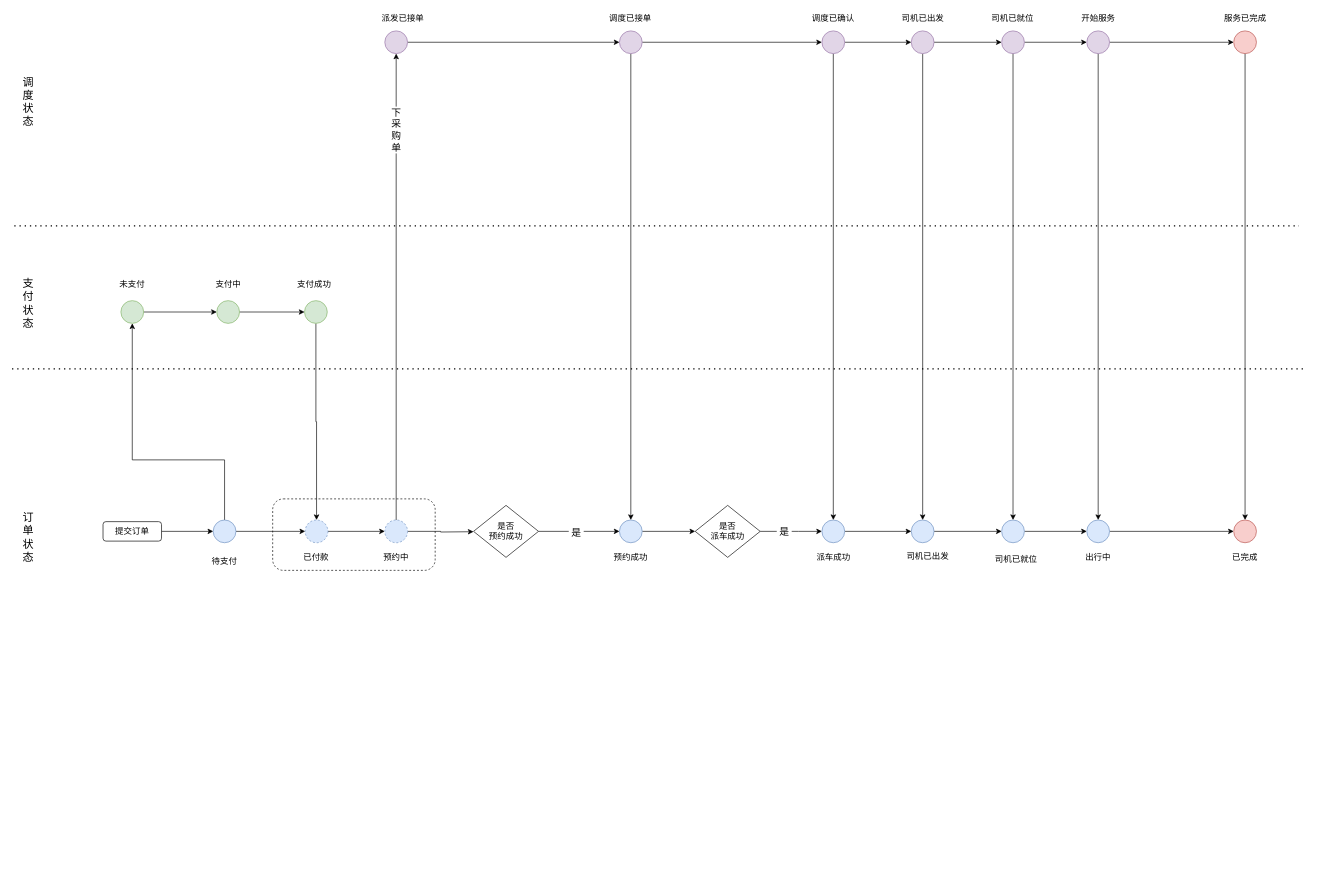
Earlier version of the draw.io diagram 状态机.drawio (nbnbnb/Draw). Source tidied: cells renumbered, new cells numbered last; positions are measured from the earlier drawing's top-left corner, leaving out a move shared by most shapes. Both pictures are drawn from the tidied source at 65%, with x=0, y=0 at pixel (12, 11).
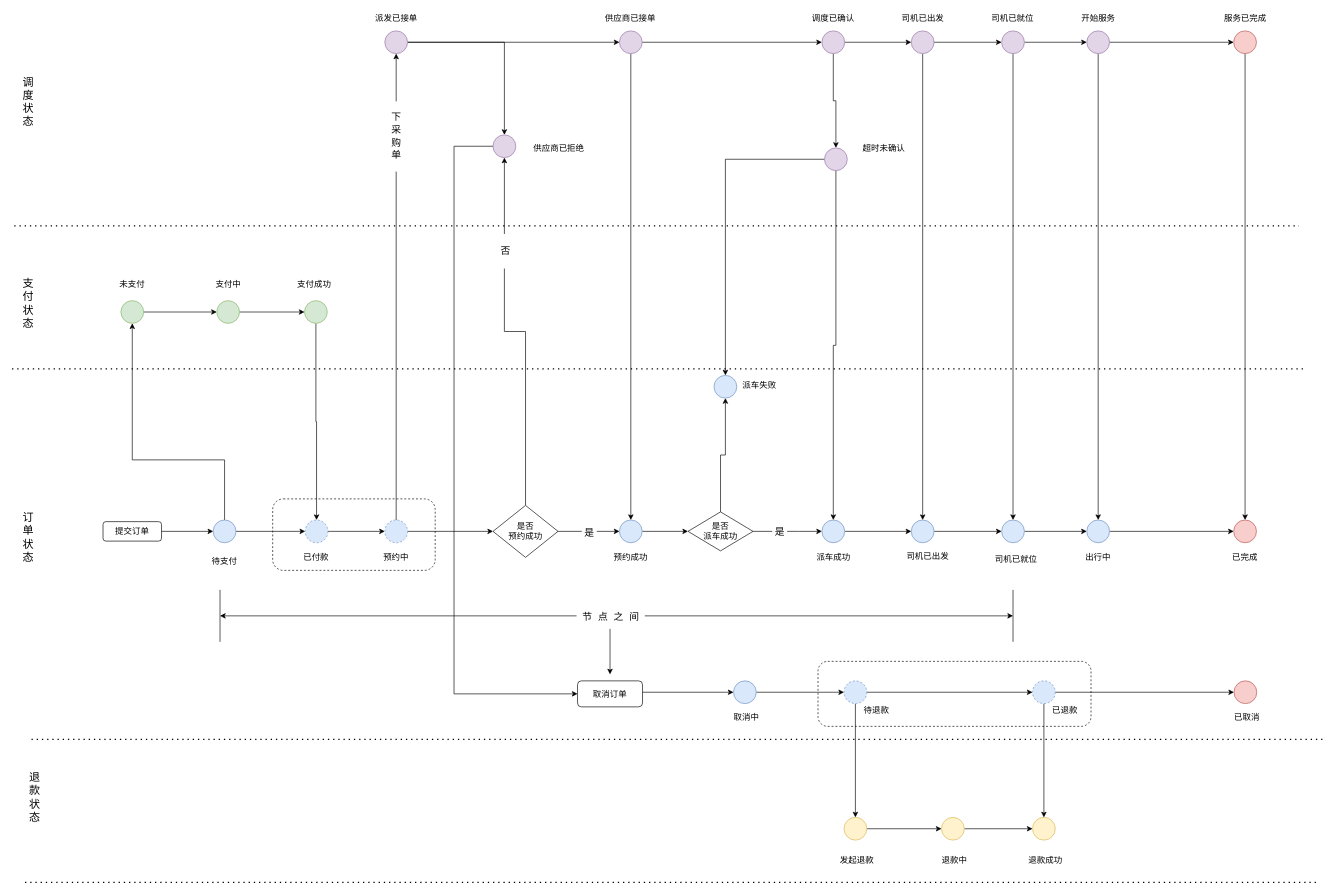
The same diagram, later.

Commit message (it also covers changes not shown here):
更新状态机.drawio

The change refers to these unchanged cells:
```xml
<mxCell id="16" style="edgeStyle=orthogonalEdgeStyle;rounded=0;jettySize=auto;html=1;entryX=0.5;entryY=1;entryDx=0;entryDy=0;fontSize=15;" parent="1" edge="1" source="18" target="55">
  <mxGeometry relative="1" as="geometry" />
</mxCell>
<mxCell id="18" style="ellipse;whiteSpace=wrap;html=1;fontSize=13;dashed=1;fillColor=#dae8fc;strokeColor=#6c8ebf;" parent="1" vertex="1">
  <mxGeometry x="573.5" y="782.5" width="35" height="35" as="geometry" />
</mxCell>
<mxCell id="32" style="ellipse;whiteSpace=wrap;html=1;fontSize=13;fillColor=#dae8fc;strokeColor=#6c8ebf;" parent="1" vertex="1">
  <mxGeometry x="1246" y="782.5" width="35" height="35" as="geometry" />
</mxCell>
<mxCell id="55" style="ellipse;whiteSpace=wrap;html=1;fontSize=13;fillColor=#e1d5e7;strokeColor=#9673a6;" parent="1" vertex="1">
  <mxGeometry x="573.5" y="30" width="35" height="35" as="geometry" />
</mxCell>
<mxCell id="61" style="ellipse;whiteSpace=wrap;html=1;fontSize=13;fillColor=#e1d5e7;strokeColor=#9673a6;" parent="1" vertex="1">
  <mxGeometry x="1246" y="30" width="35" height="35" as="geometry" />
</mxCell>
```

Change to the diagram source:
```diff
@@
+    <mxCell id="80" style="rounded=1;whiteSpace=wrap;html=1;dashed=1;fontSize=13;" parent="1" vertex="1">
+      <mxGeometry x="1240" y="1000" width="420" height="100" as="geometry" />
+    </mxCell>
@@
-    <mxCell id="15" style="edgeStyle=orthogonalEdgeStyle;rounded=0;jettySize=auto;html=1;fontSize=13;" parent="1" edge="1" source="18">
-      <mxGeometry relative="1" as="geometry">
-        <mxPoint x="710" y="800.5" as="targetPoint" />
-      </mxGeometry>
+    <mxCell id="15" style="edgeStyle=orthogonalEdgeStyle;rounded=0;jettySize=auto;html=1;fontSize=13;entryX=0;entryY=0.5;entryDx=0;entryDy=0;" parent="1" edge="1" source="18" target="21">
+      <mxGeometry relative="1" as="geometry" />
     </mxCell>
@@
-    <mxCell id="17" value="下&lt;br&gt;采&lt;br&gt;购&lt;br&gt;单" style="edgeLabel;html=1;align=center;verticalAlign=middle;fontSize=15;fontFamily=Lucida Console;" parent="16" vertex="1">
+    <mxCell id="17" value="&lt;p style=&quot;line-height: 130%;&quot;&gt;下&lt;br&gt;采&lt;br&gt;购&lt;br&gt;单&lt;/p&gt;" style="edgeLabel;html=1;align=center;verticalAlign=middle;fontSize=15;fontFamily=Lucida Console;" parent="16" vertex="1">
       <mxGeometry x="0.65" y="-4" relative="1" as="geometry">
-        <mxPoint x="-5" y="-9" as="offset" />
+        <mxPoint x="-5" y="1" as="offset" />
       </mxGeometry>
     </mxCell>
@@
+    <mxCell id="81" style="edgeStyle=orthogonalEdgeStyle;rounded=0;jettySize=auto;html=1;entryX=0.5;entryY=1;entryDx=0;entryDy=0;fontFamily=Lucida Console;fontSize=15;" parent="1" edge="1" source="21" target="88">
+      <mxGeometry relative="1" as="geometry" />
+    </mxCell>
+    <mxCell id="82" value="&lt;p style=&quot;line-height: 150%;&quot;&gt;否&lt;/p&gt;" style="edgeLabel;html=1;align=center;verticalAlign=middle;fontSize=15;fontFamily=Lucida Console;" parent="81" vertex="1">
+      <mxGeometry x="0.2" y="-1" relative="1" as="geometry">
+        <mxPoint y="-83" as="offset" />
+      </mxGeometry>
+    </mxCell>
     <mxCell id="21" value="是否&lt;br&gt;预约成功" style="rhombus;whiteSpace=wrap;html=1;fontSize=13;" parent="1" vertex="1">
-      <mxGeometry x="710" y="760" width="100" height="80" as="geometry" />
+      <mxGeometry x="740" y="760" width="100" height="80" as="geometry" />
     </mxCell>
@@
+    <mxCell id="83" style="edgeStyle=orthogonalEdgeStyle;rounded=0;jettySize=auto;html=1;fontFamily=Lucida Console;fontSize=15;entryX=0.5;entryY=1;entryDx=0;entryDy=0;" parent="1" edge="1" source="30" target="120">
+      <mxGeometry relative="1" as="geometry" />
+    </mxCell>
     <mxCell id="30" value="是否&lt;br&gt;派车成功" style="rhombus;whiteSpace=wrap;html=1;fontSize=13;" parent="1" vertex="1">
-      <mxGeometry x="1051" y="760" width="100" height="80" as="geometry" />
+      <mxGeometry x="1040" y="770" width="100" height="60" as="geometry" />
     </mxCell>
@@
+    <mxCell id="84" style="edgeStyle=orthogonalEdgeStyle;rounded=0;jettySize=auto;html=1;fontFamily=Lucida Console;fontSize=15;" parent="1" edge="1" source="55" target="88">
+      <mxGeometry relative="1" as="geometry" />
+    </mxCell>
@@
-    <mxCell id="59" style="edgeStyle=orthogonalEdgeStyle;rounded=0;jettySize=auto;html=1;entryX=0.5;entryY=0;entryDx=0;entryDy=0;fontSize=17;" parent="1" edge="1" source="61" target="32">
+    <mxCell id="59" style="edgeStyle=orthogonalEdgeStyle;rounded=0;jettySize=auto;html=1;entryX=0.5;entryY=0;entryDx=0;entryDy=0;fontSize=17;exitX=0.5;exitY=1;exitDx=0;exitDy=0;" parent="1" edge="1" source="123" target="32">
       <mxGeometry relative="1" as="geometry" />
     </mxCell>
@@
+    <mxCell id="85" style="edgeStyle=orthogonalEdgeStyle;rounded=0;jettySize=auto;html=1;entryX=0.5;entryY=0;entryDx=0;entryDy=0;fontFamily=Lucida Console;fontSize=15;" parent="1" edge="1" source="61" target="123">
+      <mxGeometry relative="1" as="geometry" />
+    </mxCell>
@@
     <mxCell id="78" value="派发已接单" style="text;html=1;strokeColor=none;fillColor=none;align=center;verticalAlign=middle;whiteSpace=wrap;rounded=0;fontSize=13;fontFamily=Lucida Console;" parent="1" vertex="1">
-      <mxGeometry x="560" width="82.5" height="20" as="geometry" />
+      <mxGeometry x="550" width="82.5" height="20" as="geometry" />
     </mxCell>
-    <mxCell id="79" value="调度已接单" style="text;html=1;strokeColor=none;fillColor=none;align=center;verticalAlign=middle;whiteSpace=wrap;rounded=0;fontSize=13;fontFamily=Lucida Console;" parent="1" vertex="1">
+    <mxCell id="79" value="供应商已接单" style="text;html=1;strokeColor=none;fillColor=none;align=center;verticalAlign=middle;whiteSpace=wrap;rounded=0;fontSize=13;fontFamily=Lucida Console;" parent="1" vertex="1">
       <mxGeometry x="910" width="82.5" height="20" as="geometry" />
     </mxCell>
+    <mxCell id="86" value="供应商已拒绝" style="text;html=1;strokeColor=none;fillColor=none;align=center;verticalAlign=middle;whiteSpace=wrap;rounded=0;fontSize=13;fontFamily=Lucida Console;" parent="1" vertex="1">
+      <mxGeometry x="800" y="200" width="82.5" height="20" as="geometry" />
+    </mxCell>
+    <mxCell id="87" style="edgeStyle=orthogonalEdgeStyle;rounded=0;jettySize=auto;html=1;fontFamily=Lucida Console;fontSize=15;entryX=0;entryY=0.5;entryDx=0;entryDy=0;" parent="1" edge="1" source="88" target="94">
+      <mxGeometry relative="1" as="geometry">
+        <Array as="points">
+          <mxPoint x="680" y="208" />
+          <mxPoint x="680" y="1050" />
+        </Array>
+      </mxGeometry>
+    </mxCell>
+    <mxCell id="88" style="ellipse;whiteSpace=wrap;html=1;fontSize=13;fillColor=#e1d5e7;strokeColor=#9673a6;" parent="1" vertex="1">
+      <mxGeometry x="740" y="190" width="35" height="35" as="geometry" />
+    </mxCell>
+    <mxCell id="89" style="endArrow=none;html=1;rounded=0;fontFamily=Lucida Console;fontSize=15;" parent="1" edge="1">
+      <mxGeometry relative="1" as="geometry">
+        <mxPoint x="320" y="970" as="sourcePoint" />
+        <mxPoint x="320" y="890" as="targetPoint" />
+      </mxGeometry>
+    </mxCell>
+    <mxCell id="90" style="endArrow=none;html=1;rounded=0;fontFamily=Lucida Console;fontSize=15;" parent="1" edge="1">
+      <mxGeometry relative="1" as="geometry">
+        <mxPoint x="1540" y="970" as="sourcePoint" />
+        <mxPoint x="1540" y="890" as="targetPoint" />
+      </mxGeometry>
+    </mxCell>
+    <mxCell id="91" style="endArrow=classic;startArrow=classic;html=1;rounded=0;fontFamily=Lucida Console;fontSize=15;" parent="1" edge="1">
+      <mxGeometry relative="1" as="geometry">
+        <mxPoint x="320" y="930" as="sourcePoint" />
+        <mxPoint x="1540" y="930" as="targetPoint" />
+      </mxGeometry>
+    </mxCell>
+    <mxCell id="92" value="&amp;nbsp;节 点 之 间&amp;nbsp;" style="edgeLabel;html=1;align=center;verticalAlign=middle;fontSize=15;fontFamily=Lucida Console;spacingLeft=9;spacingRight=9;" parent="91" vertex="1">
+      <mxGeometry x="-0.12" relative="1" as="geometry">
+        <mxPoint x="63" as="offset" />
+      </mxGeometry>
+    </mxCell>
+    <mxCell id="93" style="edgeStyle=orthogonalEdgeStyle;rounded=0;jettySize=auto;html=1;fontFamily=Lucida Console;fontSize=15;entryX=0;entryY=0.5;entryDx=0;entryDy=0;" parent="1" edge="1" source="94" target="108">
+      <mxGeometry relative="1" as="geometry">
+        <Array as="points">
+          <mxPoint x="1020" y="1048" />
+        </Array>
+      </mxGeometry>
+    </mxCell>
+    <mxCell id="94" value="取消订单" style="rounded=1;whiteSpace=wrap;html=1;fontSize=13;" parent="1" vertex="1">
+      <mxGeometry x="870" y="1030" width="100" height="40" as="geometry" />
+    </mxCell>
+    <mxCell id="95" style="endArrow=classic;html=1;rounded=0;fontFamily=Lucida Console;fontSize=15;" parent="1" edge="1">
+      <mxGeometry relative="1" as="geometry">
+        <mxPoint x="920" y="950" as="sourcePoint" />
+        <mxPoint x="920" y="1020" as="targetPoint" />
+      </mxGeometry>
+    </mxCell>
+    <mxCell id="96" style="endArrow=none;dashed=1;html=1;dashPattern=1 3;strokeWidth=2;rounded=0;" parent="1" edge="1">
+      <mxGeometry relative="1" as="geometry">
+        <mxPoint x="30" y="1120" as="sourcePoint" />
+        <mxPoint x="2020" y="1120" as="targetPoint" />
+      </mxGeometry>
+    </mxCell>
+    <mxCell id="97" value="退&lt;br&gt;款&lt;br&gt;状态" style="text;html=1;strokeColor=none;fillColor=none;align=center;verticalAlign=middle;whiteSpace=wrap;rounded=0;fontSize=17;direction=south;" parent="1" vertex="1">
+      <mxGeometry x="20" y="1180" width="30" height="60" as="geometry" />
+    </mxCell>
+    <mxCell id="98" style="edgeStyle=orthogonalEdgeStyle;rounded=0;jettySize=auto;html=1;entryX=0;entryY=0.5;entryDx=0;entryDy=0;fontFamily=Lucida Console;fontSize=15;" parent="1" edge="1" source="100" target="103">
+      <mxGeometry relative="1" as="geometry" />
+    </mxCell>
+    <mxCell id="99" style="edgeStyle=orthogonalEdgeStyle;rounded=0;jettySize=auto;html=1;entryX=0.5;entryY=0;entryDx=0;entryDy=0;fontFamily=Lucida Console;fontSize=15;" parent="1" edge="1" source="100" target="112">
+      <mxGeometry relative="1" as="geometry" />
+    </mxCell>
+    <mxCell id="100" style="ellipse;whiteSpace=wrap;html=1;fontSize=13;dashed=1;fillColor=#dae8fc;strokeColor=#6c8ebf;" parent="1" vertex="1">
+      <mxGeometry x="1280" y="1030" width="35" height="35" as="geometry" />
+    </mxCell>
+    <mxCell id="101" style="edgeStyle=orthogonalEdgeStyle;rounded=0;jettySize=auto;html=1;entryX=0;entryY=0.5;entryDx=0;entryDy=0;fontFamily=Lucida Console;fontSize=15;" parent="1" edge="1" source="103" target="104">
+      <mxGeometry relative="1" as="geometry" />
+    </mxCell>
+    <mxCell id="102" style="edgeStyle=orthogonalEdgeStyle;rounded=0;jettySize=auto;html=1;entryX=0.5;entryY=0;entryDx=0;entryDy=0;fontFamily=Lucida Console;fontSize=15;" parent="1" edge="1" source="103" target="115">
+      <mxGeometry relative="1" as="geometry" />
+    </mxCell>
+    <mxCell id="103" style="ellipse;whiteSpace=wrap;html=1;fontSize=13;dashed=1;fillColor=#dae8fc;strokeColor=#6c8ebf;" parent="1" vertex="1">
+      <mxGeometry x="1570" y="1030" width="35" height="35" as="geometry" />
+    </mxCell>
+    <mxCell id="104" style="ellipse;whiteSpace=wrap;html=1;fontSize=13;fillColor=#f8cecc;strokeColor=#b85450;" parent="1" vertex="1">
+      <mxGeometry x="1880" y="1030" width="35" height="35" as="geometry" />
+    </mxCell>
+    <mxCell id="105" value="已取消" style="text;html=1;strokeColor=none;fillColor=none;align=center;verticalAlign=middle;whiteSpace=wrap;rounded=0;fontSize=13;" parent="1" vertex="1">
+      <mxGeometry x="1870" y="1070" width="60" height="30" as="geometry" />
+    </mxCell>
+    <mxCell id="106" value="取消中" style="text;html=1;strokeColor=none;fillColor=none;align=center;verticalAlign=middle;whiteSpace=wrap;rounded=0;fontSize=13;" parent="1" vertex="1">
+      <mxGeometry x="1100" y="1070" width="60" height="30" as="geometry" />
+    </mxCell>
+    <mxCell id="107" style="edgeStyle=orthogonalEdgeStyle;rounded=0;jettySize=auto;html=1;entryX=0;entryY=0.5;entryDx=0;entryDy=0;fontFamily=Lucida Console;fontSize=15;" parent="1" edge="1" source="108" target="100">
+      <mxGeometry relative="1" as="geometry" />
+    </mxCell>
+    <mxCell id="108" style="ellipse;whiteSpace=wrap;html=1;fontSize=13;fillColor=#dae8fc;strokeColor=#6c8ebf;" parent="1" vertex="1">
+      <mxGeometry x="1110" y="1030" width="35" height="35" as="geometry" />
+    </mxCell>
+    <mxCell id="109" value="待退款" style="text;html=1;strokeColor=none;fillColor=none;align=center;verticalAlign=middle;whiteSpace=wrap;rounded=0;fontSize=13;" parent="1" vertex="1">
+      <mxGeometry x="1300" y="1060" width="60" height="30" as="geometry" />
+    </mxCell>
+    <mxCell id="110" value="已退款" style="text;html=1;strokeColor=none;fillColor=none;align=center;verticalAlign=middle;whiteSpace=wrap;rounded=0;fontSize=13;" parent="1" vertex="1">
+      <mxGeometry x="1590" y="1060" width="60" height="30" as="geometry" />
+    </mxCell>
+    <mxCell id="111" style="edgeStyle=orthogonalEdgeStyle;rounded=0;jettySize=auto;html=1;entryX=0;entryY=0.5;entryDx=0;entryDy=0;fontFamily=Lucida Console;fontSize=15;" parent="1" edge="1" source="112" target="114">
+      <mxGeometry relative="1" as="geometry" />
+    </mxCell>
+    <mxCell id="112" style="ellipse;whiteSpace=wrap;html=1;fontSize=13;fillColor=#fff2cc;strokeColor=#d6b656;" parent="1" vertex="1">
+      <mxGeometry x="1280" y="1240" width="35" height="35" as="geometry" />
+    </mxCell>
+    <mxCell id="113" style="edgeStyle=orthogonalEdgeStyle;rounded=0;jettySize=auto;html=1;entryX=0;entryY=0.5;entryDx=0;entryDy=0;fontFamily=Lucida Console;fontSize=15;" parent="1" edge="1" source="114" target="115">
+      <mxGeometry relative="1" as="geometry" />
+    </mxCell>
+    <mxCell id="114" style="ellipse;whiteSpace=wrap;html=1;fontSize=13;fillColor=#fff2cc;strokeColor=#d6b656;" parent="1" vertex="1">
+      <mxGeometry x="1430" y="1240" width="35" height="35" as="geometry" />
+    </mxCell>
+    <mxCell id="115" style="ellipse;whiteSpace=wrap;html=1;fontSize=13;fillColor=#fff2cc;strokeColor=#d6b656;" parent="1" vertex="1">
+      <mxGeometry x="1570" y="1240" width="35" height="35" as="geometry" />
+    </mxCell>
+    <mxCell id="116" value="发起退款" style="text;html=1;strokeColor=none;fillColor=none;align=center;verticalAlign=middle;whiteSpace=wrap;rounded=0;fontSize=13;" parent="1" vertex="1">
+      <mxGeometry x="1270" y="1290" width="60" height="30" as="geometry" />
+    </mxCell>
+    <mxCell id="117" value="退款中" style="text;html=1;strokeColor=none;fillColor=none;align=center;verticalAlign=middle;whiteSpace=wrap;rounded=0;fontSize=13;" parent="1" vertex="1">
+      <mxGeometry x="1420" y="1290" width="60" height="30" as="geometry" />
+    </mxCell>
+    <mxCell id="118" value="退款成功" style="text;html=1;strokeColor=none;fillColor=none;align=center;verticalAlign=middle;whiteSpace=wrap;rounded=0;fontSize=13;" parent="1" vertex="1">
+      <mxGeometry x="1560" y="1290" width="60" height="30" as="geometry" />
+    </mxCell>
+    <mxCell id="119" style="endArrow=none;dashed=1;html=1;dashPattern=1 3;strokeWidth=2;rounded=0;" parent="1" edge="1">
+      <mxGeometry relative="1" as="geometry">
+        <mxPoint x="20" y="1340" as="sourcePoint" />
+        <mxPoint x="2010" y="1340" as="targetPoint" />
+      </mxGeometry>
+    </mxCell>
+    <mxCell id="120" style="ellipse;whiteSpace=wrap;html=1;fontSize=13;fillColor=#dae8fc;strokeColor=#6c8ebf;" parent="1" vertex="1">
+      <mxGeometry x="1080" y="560" width="35" height="35" as="geometry" />
+    </mxCell>
+    <mxCell id="121" value="派车失败" style="text;html=1;strokeColor=none;fillColor=none;align=center;verticalAlign=middle;whiteSpace=wrap;rounded=0;fontSize=13;" parent="1" vertex="1">
+      <mxGeometry x="1120" y="560" width="60" height="30" as="geometry" />
+    </mxCell>
+    <mxCell id="122" style="edgeStyle=orthogonalEdgeStyle;rounded=0;jettySize=auto;html=1;entryX=0.5;entryY=0;entryDx=0;entryDy=0;fontFamily=Lucida Console;fontSize=15;" parent="1" edge="1" source="123" target="120">
+      <mxGeometry relative="1" as="geometry" />
+    </mxCell>
+    <mxCell id="123" style="ellipse;whiteSpace=wrap;html=1;fontSize=13;fillColor=#e1d5e7;strokeColor=#9673a6;" parent="1" vertex="1">
+      <mxGeometry x="1250" y="210" width="35" height="35" as="geometry" />
+    </mxCell>
+    <mxCell id="124" value="超时未确认" style="text;html=1;strokeColor=none;fillColor=none;align=center;verticalAlign=middle;whiteSpace=wrap;rounded=0;fontSize=13;" parent="1" vertex="1">
+      <mxGeometry x="1300" y="200" width="82.5" height="20" as="geometry" />
+    </mxCell>
```
